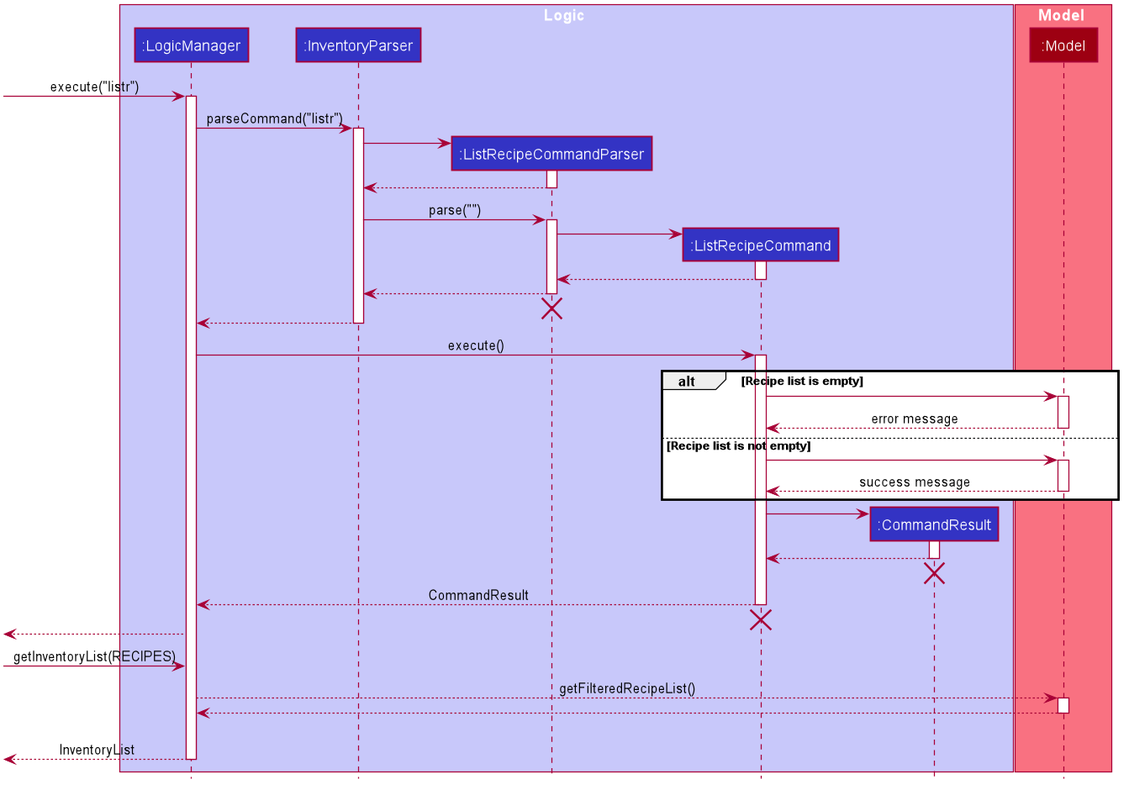
Earlier version of the PlantUML export docs/images/commandseqdiagrams/ListRecipeSequenceDiagram.png (nus-cs2103-AY2021S1/tp).
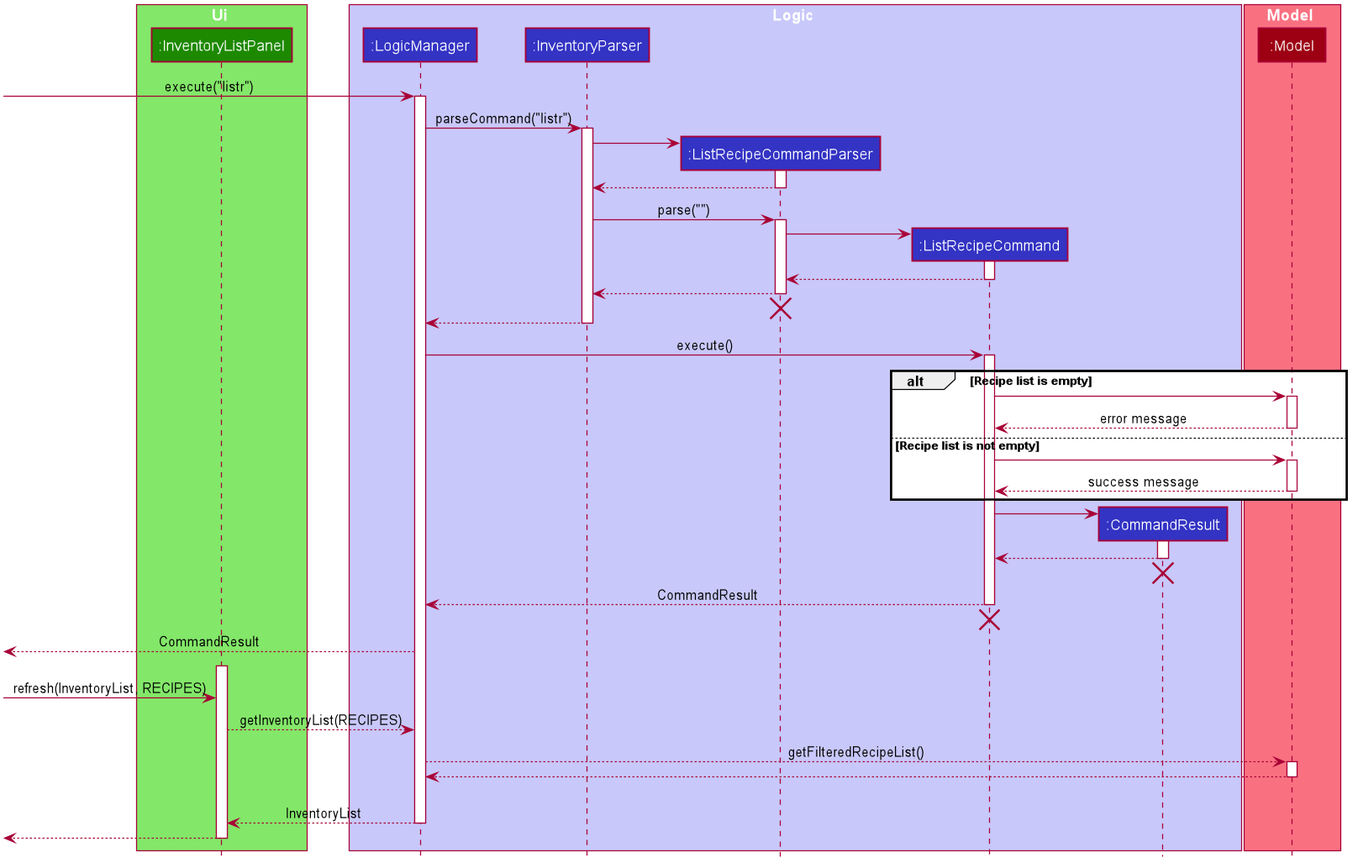
Later version of the same file.

Diff of the diagram source:
```diff
@@ -47,6 +47,10 @@
 hide footbox
 hide members
 hide circle
+
+box Ui #83E769
+participant ":InventoryListPanel" as InventoryListPanel #1D8900
+end box
 
 box Logic #C8C8FA
 participant ":LogicManager" as LogicManager #3333C4
@@ -122,8 +126,14 @@
 ListRecipeCommand -[hidden]-> LogicManager
 destroy ListRecipeCommand
 
-[<--LogicManager
-[-> LogicManager : getInventoryList(RECIPES)
+[<--LogicManager : CommandResult
+[<-[hidden]-LogicManager
+
+create InventoryListPanel
+activate InventoryListPanel
+[-> InventoryListPanel : refresh(InventoryList, RECIPES)
+
+InventoryListPanel --> LogicManager : getInventoryList(RECIPES)
 
 LogicManager --> Model : getFilteredRecipeList()
 activate Model
@@ -131,6 +141,9 @@
 deactivate Model
 
 CommandResult -[hidden]-> LogicManager
-[<--LogicManager : InventoryList
+InventoryListPanel <-- LogicManager : InventoryList
 deactivate LogicManager
+
+[<--InventoryListPanel
+deactivate InventoryListPanel
 @enduml
```
